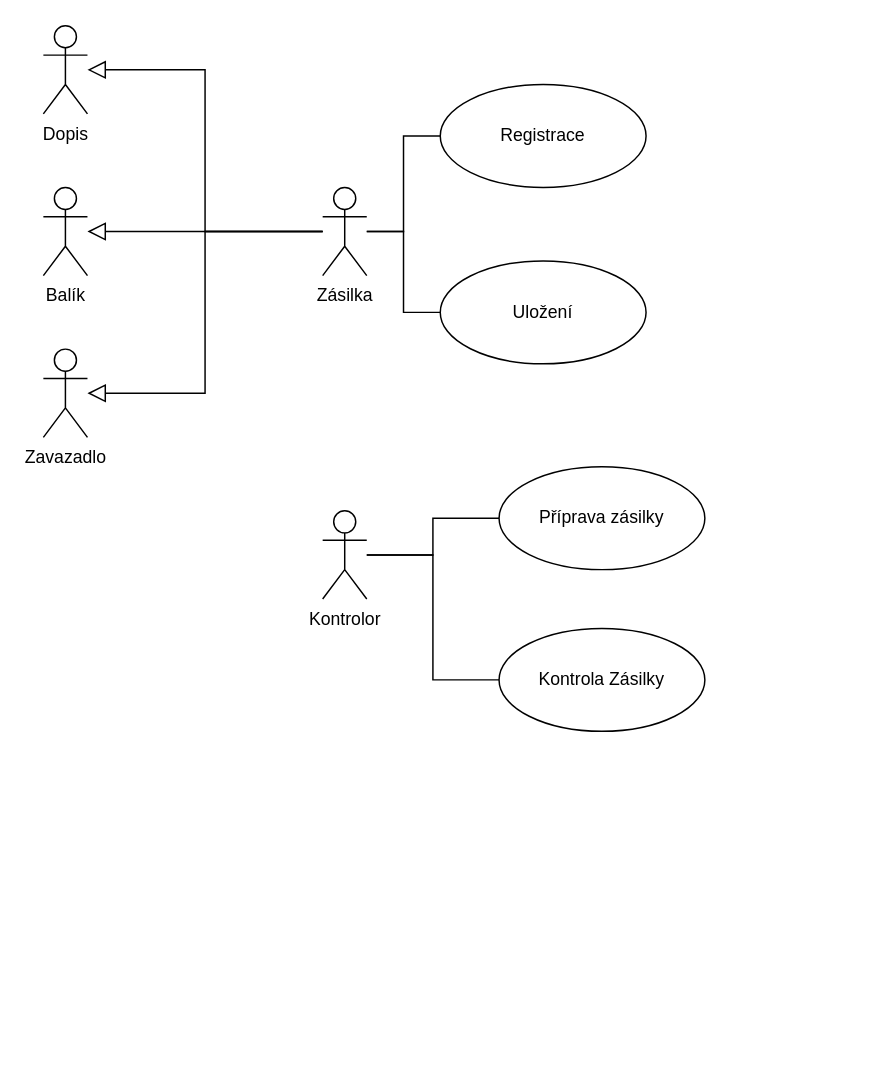
Before: page "Stránka-2" (2 of 3) of tridy.drawio in Hefik/IRS2, a draw.io diagram. Source tidied: cells renumbered, new cells numbered last; positions are measured from the earlier drawing's top-left corner, leaving out a move shared by most shapes. Both pictures are drawn from the tidied source at 147%, with x=0, y=0 at pixel (43, 25).
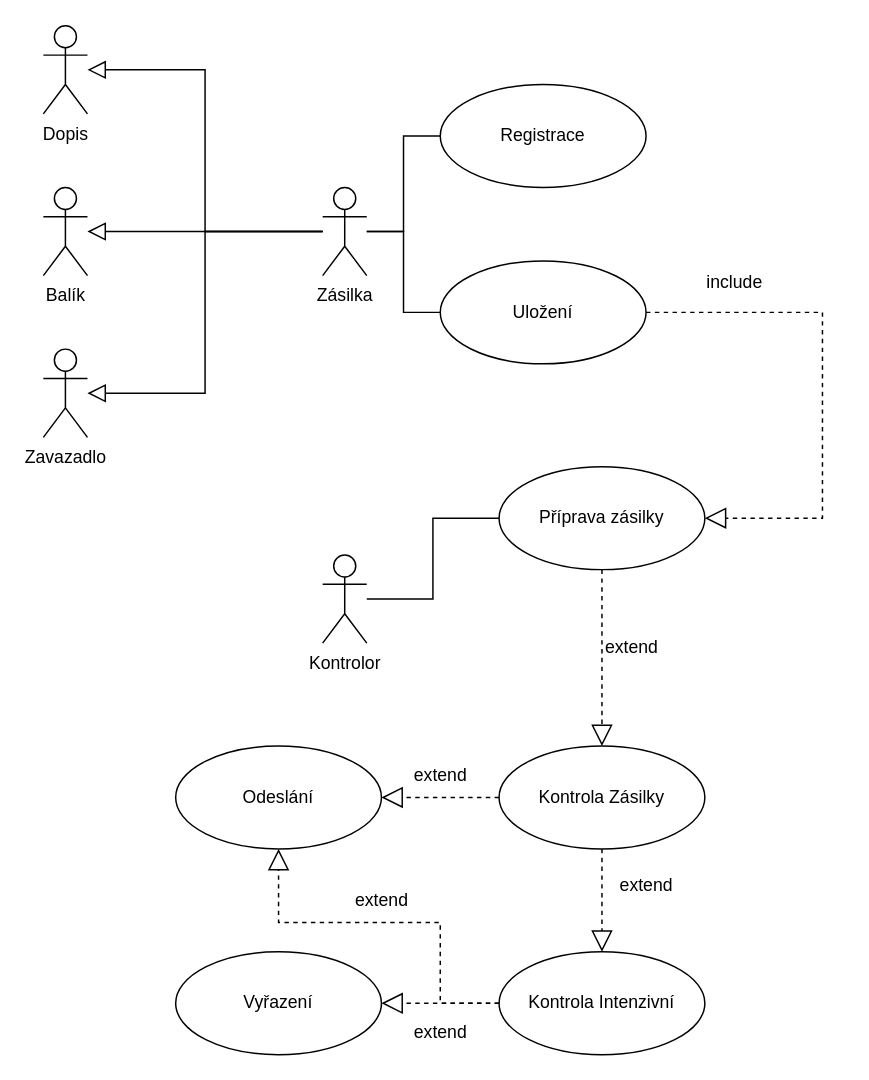
Above is the later version.

The change refers to these unchanged cells:
```xml
<mxCell id="11" value="Uložení" style="ellipse;whiteSpace=wrap;html=1;" parent="1" vertex="1">
  <mxGeometry x="270" y="160" width="140" height="70" as="geometry" />
</mxCell>
<mxCell id="15" value="Příprava zásilky" style="ellipse;whiteSpace=wrap;html=1;" parent="1" vertex="1">
  <mxGeometry x="310" y="300" width="140" height="70" as="geometry" />
</mxCell>
```

What changed in the source:
```diff
@@
     <mxCell id="12" value="Kontrolor" style="shape=umlActor;verticalLabelPosition=bottom;verticalAlign=top;html=1;outlineConnect=0;" parent="1" vertex="1">
-      <mxGeometry x="190" y="330" width="30" height="60" as="geometry" />
+      <mxGeometry x="190" y="360" width="30" height="60" as="geometry" />
     </mxCell>
     <mxCell id="13" value="Kontrola Zásilky" style="ellipse;whiteSpace=wrap;html=1;" parent="1" vertex="1">
-      <mxGeometry x="310" y="410" width="140" height="70" as="geometry" />
+      <mxGeometry x="310" y="490" width="140" height="70" as="geometry" />
     </mxCell>
-    <mxCell id="14" style="endArrow=none;html=1;rounded=0;entryX=0;entryY=0.5;entryDx=0;entryDy=0;edgeStyle=elbowEdgeStyle;" parent="1" edge="1" source="12" target="13">
-      <mxGeometry relative="1" as="geometry" />
-    </mxCell>
@@
     <mxCell id="16" style="endArrow=none;html=1;rounded=0;entryX=0;entryY=0.5;entryDx=0;entryDy=0;edgeStyle=elbowEdgeStyle;" parent="1" edge="1" target="15">
       <mxGeometry relative="1" as="geometry">
-        <mxPoint x="220" y="360" as="sourcePoint" />
+        <mxPoint x="220" y="390" as="sourcePoint" />
       </mxGeometry>
     </mxCell>
@@
+    <mxCell id="18" style="endArrow=block;dashed=1;endFill=0;endSize=12;html=1;rounded=0;exitX=1;exitY=0.5;exitDx=0;exitDy=0;entryX=1;entryY=0.5;entryDx=0;entryDy=0;" parent="1" edge="1" source="11" target="15">
+      <mxGeometry relative="1" as="geometry">
+        <Array as="points">
+          <mxPoint x="530" y="195" />
+          <mxPoint x="530" y="270" />
+          <mxPoint x="530" y="335" />
+        </Array>
+      </mxGeometry>
+    </mxCell>
+    <mxCell id="19" style="endArrow=block;dashed=1;endFill=0;endSize=12;html=1;rounded=0;exitX=0.5;exitY=1;exitDx=0;exitDy=0;entryX=0.5;entryY=0;entryDx=0;entryDy=0;" parent="1" edge="1" source="15" target="13">
+      <mxGeometry relative="1" as="geometry" />
+    </mxCell>
+    <mxCell id="20" value="Kontrola Intenzivní" style="ellipse;whiteSpace=wrap;html=1;" parent="1" vertex="1">
+      <mxGeometry x="310" y="630" width="140" height="70" as="geometry" />
+    </mxCell>
+    <mxCell id="21" value="Odeslání" style="ellipse;whiteSpace=wrap;html=1;" parent="1" vertex="1">
+      <mxGeometry x="90" y="490" width="140" height="70" as="geometry" />
+    </mxCell>
+    <mxCell id="22" value="Vyřazení" style="ellipse;whiteSpace=wrap;html=1;" parent="1" vertex="1">
+      <mxGeometry x="90" y="630" width="140" height="70" as="geometry" />
+    </mxCell>
+    <mxCell id="23" value="include" style="text;html=1;align=center;verticalAlign=middle;strokeColor=none;fillColor=none;" parent="1" vertex="1">
+      <mxGeometry x="440" y="160" width="60" height="30" as="geometry" />
+    </mxCell>
+    <mxCell id="24" value="extend" style="text;html=1;align=center;verticalAlign=middle;strokeColor=none;fillColor=none;" parent="1" vertex="1">
+      <mxGeometry x="370" y="408" width="60" height="30" as="geometry" />
+    </mxCell>
+    <mxCell id="25" style="endArrow=block;dashed=1;endFill=0;endSize=12;html=1;rounded=0;exitX=0;exitY=0.5;exitDx=0;exitDy=0;entryX=1;entryY=0.5;entryDx=0;entryDy=0;" parent="1" edge="1" source="13" target="21">
+      <mxGeometry relative="1" as="geometry" />
+    </mxCell>
+    <mxCell id="26" style="endArrow=block;dashed=1;endFill=0;endSize=12;html=1;rounded=0;exitX=0.5;exitY=1;exitDx=0;exitDy=0;entryX=0.5;entryY=0;entryDx=0;entryDy=0;" parent="1" edge="1" source="13" target="20">
+      <mxGeometry relative="1" as="geometry" />
+    </mxCell>
+    <mxCell id="27" style="endArrow=block;dashed=1;endFill=0;endSize=12;html=1;rounded=0;exitX=0;exitY=0.5;exitDx=0;exitDy=0;entryX=1;entryY=0.5;entryDx=0;entryDy=0;" parent="1" edge="1" source="20" target="22">
+      <mxGeometry relative="1" as="geometry" />
+    </mxCell>
+    <mxCell id="28" style="endArrow=block;dashed=1;endFill=0;endSize=12;html=1;rounded=0;exitX=0;exitY=0.5;exitDx=0;exitDy=0;entryX=0.5;entryY=1;entryDx=0;entryDy=0;" parent="1" edge="1" source="20" target="21">
+      <mxGeometry relative="1" as="geometry">
+        <Array as="points">
+          <mxPoint x="270" y="665" />
+          <mxPoint x="270" y="610" />
+          <mxPoint x="160" y="610" />
+        </Array>
+      </mxGeometry>
+    </mxCell>
+    <mxCell id="29" value="extend" style="text;html=1;align=center;verticalAlign=middle;strokeColor=none;fillColor=none;" parent="1" vertex="1">
+      <mxGeometry x="240" y="495" width="60" height="30" as="geometry" />
+    </mxCell>
+    <mxCell id="30" value="extend" style="text;html=1;align=center;verticalAlign=middle;strokeColor=none;fillColor=none;" parent="1" vertex="1">
+      <mxGeometry x="380" y="570" width="60" height="30" as="geometry" />
+    </mxCell>
+    <mxCell id="31" value="extend" style="text;html=1;align=center;verticalAlign=middle;strokeColor=none;fillColor=none;" parent="1" vertex="1">
+      <mxGeometry x="200" y="580" width="60" height="30" as="geometry" />
+    </mxCell>
+    <mxCell id="32" value="extend" style="text;html=1;align=center;verticalAlign=middle;strokeColor=none;fillColor=none;" parent="1" vertex="1">
+      <mxGeometry x="240" y="670" width="60" height="30" as="geometry" />
+    </mxCell>
```
